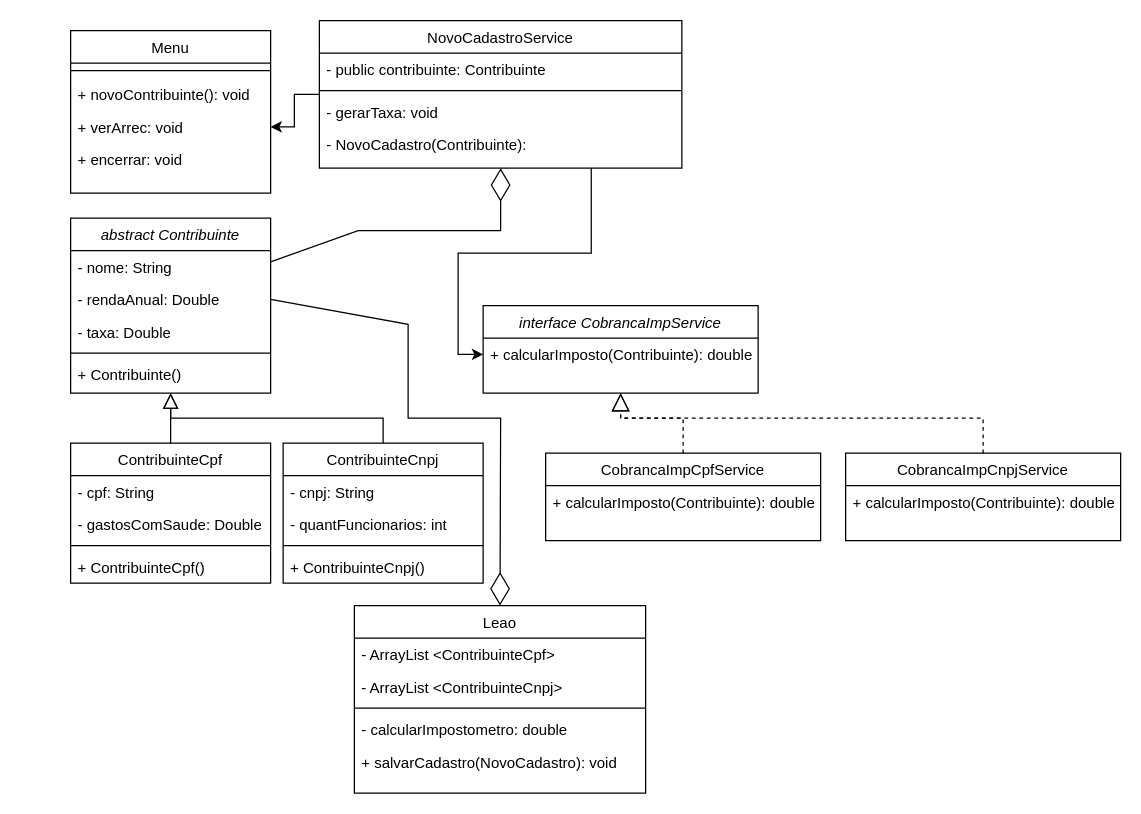
This is quatroPilares/br/com/projetoLeao/src/diagrams/UMLclassdiagram.drawio from psicodev0101/java-poo, a draw.io file, before an edit. Source tidied: cells renumbered, new cells numbered last; positions are measured from the earlier drawing's top-left corner, leaving out a move shared by most shapes. Both pictures are drawn from the tidied source at 125%, with x=0, y=0 at pixel (70, 20).
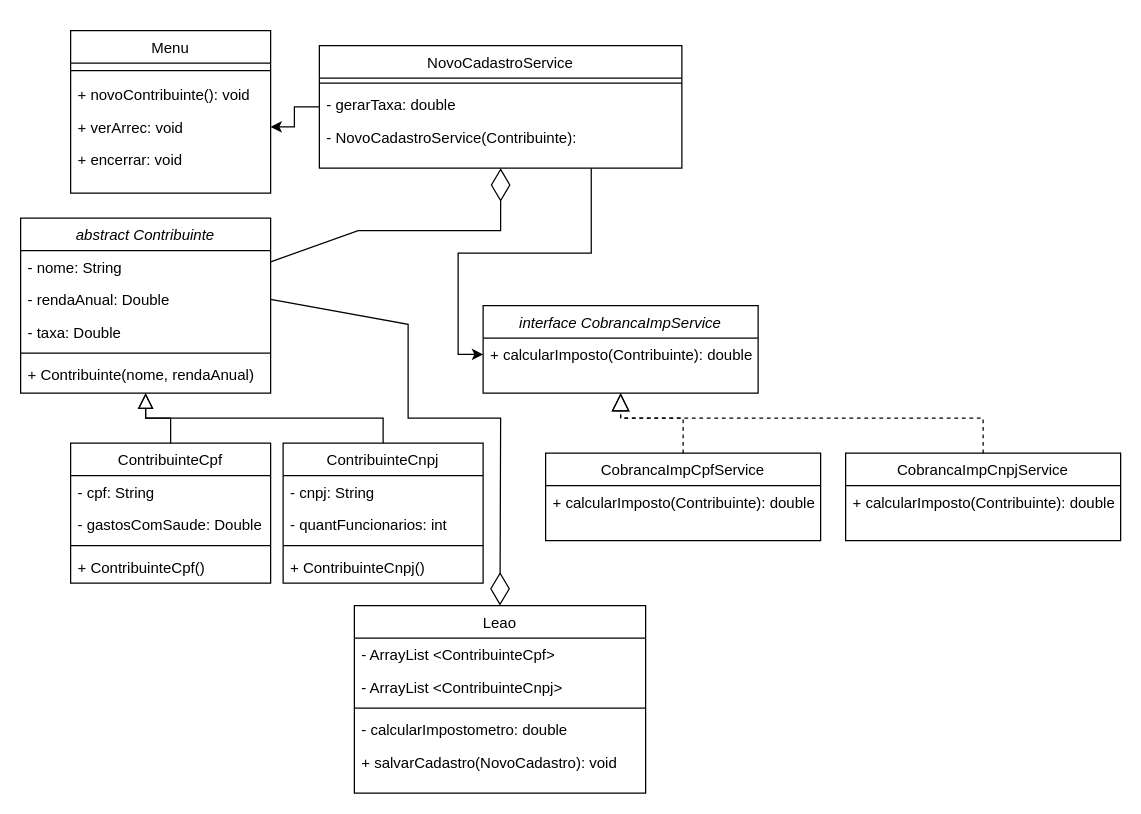
The same diagram, later.

The edit, as a diff of the source:
```diff
@@
     <mxCell id="2" value="abstract Contribuinte" style="swimlane;fontStyle=2;align=center;verticalAlign=top;horizontal=1;startSize=26;rounded=0;shadow=0;strokeWidth=1;" parent="1" vertex="1">
-      <mxGeometry y="158" width="160" height="140" as="geometry" />
+      <mxGeometry x="-40" y="158" width="200" height="140" as="geometry" />
     </mxCell>
     <mxCell id="3" value="- nome: String" style="text;align=left;verticalAlign=top;spacingLeft=4;spacingRight=4;overflow=hidden;" parent="2" vertex="1">
-      <mxGeometry y="26" width="160" height="26" as="geometry" />
+      <mxGeometry y="26" width="200" height="26" as="geometry" />
     </mxCell>
     <mxCell id="4" value="- rendaAnual: Double" style="text;align=left;verticalAlign=top;spacingLeft=4;spacingRight=4;overflow=hidden;points=[[0,0.5],[1,0.5]];portConstraint=eastwest;rounded=0;shadow=0;html=0;" parent="2" vertex="1">
-      <mxGeometry y="52" width="160" height="26" as="geometry" />
+      <mxGeometry y="52" width="200" height="26" as="geometry" />
     </mxCell>
     <mxCell id="5" value="- taxa: Double" style="text;align=left;verticalAlign=top;spacingLeft=4;spacingRight=4;overflow=hidden;rounded=0;shadow=0;html=0;" parent="2" vertex="1">
-      <mxGeometry y="78" width="160" height="26" as="geometry" />
+      <mxGeometry y="78" width="200" height="26" as="geometry" />
     </mxCell>
     <mxCell id="6" style="line;html=1;strokeWidth=1;align=left;verticalAlign=middle;spacingTop=-1;spacingLeft=3;spacingRight=3;labelPosition=right;" parent="2" vertex="1">
-      <mxGeometry y="104" width="160" height="8" as="geometry" />
+      <mxGeometry y="104" width="200" height="8" as="geometry" />
     </mxCell>
-    <mxCell id="7" value="+ Contribuinte()" style="text;align=left;verticalAlign=top;spacingLeft=4;spacingRight=4;overflow=hidden;rounded=0;shadow=0;html=0;" parent="2" vertex="1">
-      <mxGeometry y="112" width="160" height="26" as="geometry" />
+    <mxCell id="7" value="+ Contribuinte(nome, rendaAnual)" style="text;align=left;verticalAlign=top;spacingLeft=4;spacingRight=4;overflow=hidden;rounded=0;shadow=0;html=0;" parent="2" vertex="1">
+      <mxGeometry y="112" width="200" height="26" as="geometry" />
     </mxCell>
@@
     <mxCell id="36" value="NovoCadastroService" style="swimlane;fontStyle=0;align=center;verticalAlign=top;horizontal=1;startSize=26;rounded=0;shadow=0;strokeWidth=1;" parent="1" vertex="1">
-      <mxGeometry x="199" width="290" height="118" as="geometry" />
+      <mxGeometry x="199" y="20" width="290" height="98" as="geometry" />
     </mxCell>
-    <mxCell id="37" value="- public contribuinte: Contribuinte" style="text;align=left;verticalAlign=top;spacingLeft=4;spacingRight=4;overflow=hidden;" parent="36" vertex="1">
-      <mxGeometry y="26" width="290" height="26" as="geometry" />
-    </mxCell>
     <mxCell id="38" style="line;html=1;strokeWidth=1;align=left;verticalAlign=middle;spacingTop=-1;spacingLeft=3;spacingRight=3;labelPosition=right;" parent="36" vertex="1">
-      <mxGeometry y="52" width="290" height="8" as="geometry" />
+      <mxGeometry y="26" width="290" height="8" as="geometry" />
     </mxCell>
-    <mxCell id="39" value="- gerarTaxa: void" style="text;align=left;verticalAlign=top;spacingLeft=4;spacingRight=4;overflow=hidden;rounded=0;shadow=0;html=0;" parent="36" vertex="1">
-      <mxGeometry y="60" width="290" height="26" as="geometry" />
+    <mxCell id="39" value="- gerarTaxa: double" style="text;align=left;verticalAlign=top;spacingLeft=4;spacingRight=4;overflow=hidden;rounded=0;shadow=0;html=0;" parent="36" vertex="1">
+      <mxGeometry y="34" width="290" height="26" as="geometry" />
     </mxCell>
-    <mxCell id="40" value="- NovoCadastro(Contribuinte): " style="text;align=left;verticalAlign=top;spacingLeft=4;spacingRight=4;overflow=hidden;rounded=0;shadow=0;html=0;" parent="36" vertex="1">
-      <mxGeometry y="86" width="290" height="26" as="geometry" />
+    <mxCell id="40" value="- NovoCadastroService(Contribuinte): " style="text;align=left;verticalAlign=top;spacingLeft=4;spacingRight=4;overflow=hidden;rounded=0;shadow=0;html=0;" parent="36" vertex="1">
+      <mxGeometry y="60" width="290" height="26" as="geometry" />
     </mxCell>
```
